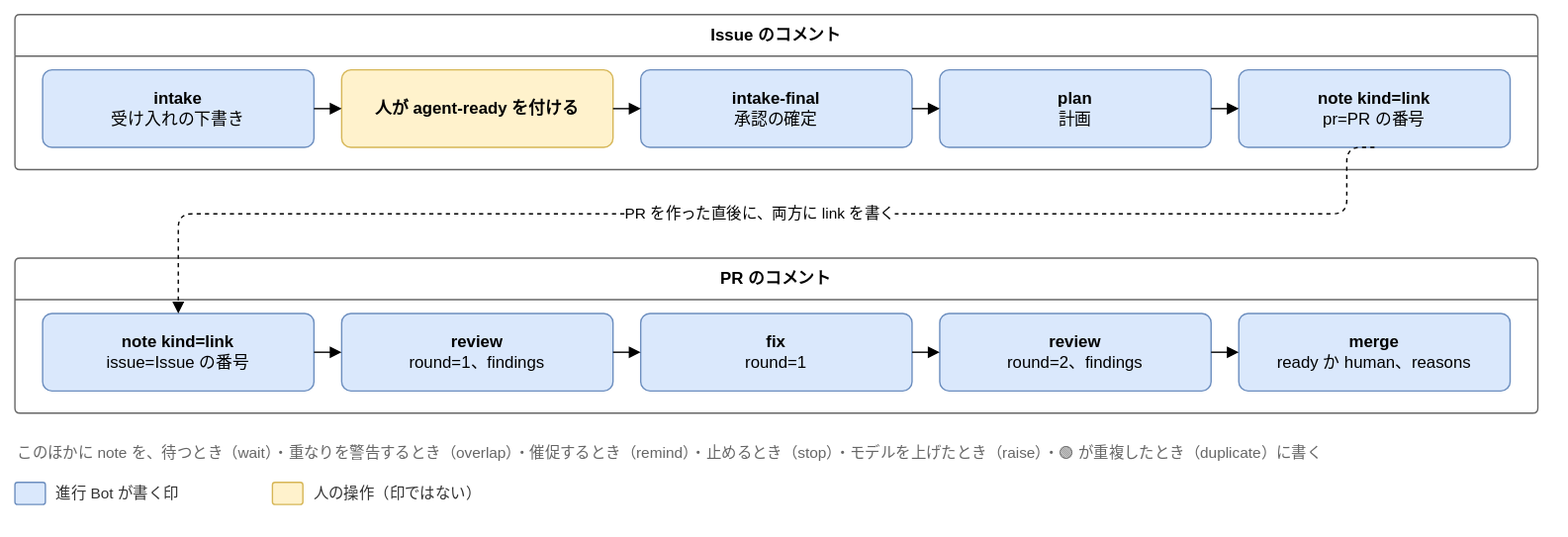
Before: docs/design/basic/diagrams/02-markers.drawio.svg, a diagram exported from draw.io (Joymerrevent/dev-autopilot). Source tidied: cells renumbered, new cells last; positions are measured from the earlier drawing's top-left corner, leaving out a move shared by most shapes. Source of this version:
```xml
<mxGraphModel background="#ffffff">
  <root>
    <mxCell id="0" />
    <mxCell id="1" parent="0" />
    <mxCell id="2" value="Issue のコメント" style="swimlane;startSize=30;html=1;whiteSpace=wrap;rounded=1;arcSize=4;fontStyle=1;fontSize=12;strokeColor=#666666;fillColor=none;swimlaneFillColor=none;" parent="1" vertex="1">
      <mxGeometry width="1100" height="112" as="geometry" />
    </mxCell>
    <mxCell id="3" value="&lt;b&gt;intake&lt;/b&gt;&lt;br&gt;受け入れの下書き" style="rounded=1;whiteSpace=wrap;html=1;fontSize=12;arcSize=12;spacing=12;fillColor=#dae8fc;strokeColor=#6c8ebf;" parent="2" vertex="1">
      <mxGeometry x="20" y="40" width="196" height="56" as="geometry" />
    </mxCell>
    <mxCell id="4" value="&lt;b&gt;人が agent-ready を付ける&lt;/b&gt;" style="rounded=1;whiteSpace=wrap;html=1;fontSize=12;arcSize=12;spacing=12;fillColor=#fff2cc;strokeColor=#d6b656;" parent="2" vertex="1">
      <mxGeometry x="236" y="40" width="196" height="56" as="geometry" />
    </mxCell>
    <mxCell id="5" value="&lt;b&gt;intake-final&lt;/b&gt;&lt;br&gt;承認の確定" style="rounded=1;whiteSpace=wrap;html=1;fontSize=12;arcSize=12;spacing=12;fillColor=#dae8fc;strokeColor=#6c8ebf;" parent="2" vertex="1">
      <mxGeometry x="452" y="40" width="196" height="56" as="geometry" />
    </mxCell>
    <mxCell id="6" value="&lt;b&gt;plan&lt;/b&gt;&lt;br&gt;計画" style="rounded=1;whiteSpace=wrap;html=1;fontSize=12;arcSize=12;spacing=12;fillColor=#dae8fc;strokeColor=#6c8ebf;" parent="2" vertex="1">
      <mxGeometry x="668" y="40" width="196" height="56" as="geometry" />
    </mxCell>
    <mxCell id="7" value="&lt;b&gt;note kind=link&lt;/b&gt;&lt;br&gt;pr=PR の番号" style="rounded=1;whiteSpace=wrap;html=1;fontSize=12;arcSize=12;spacing=12;fillColor=#dae8fc;strokeColor=#6c8ebf;" parent="2" vertex="1">
      <mxGeometry x="884" y="40" width="196" height="56" as="geometry" />
    </mxCell>
    <mxCell id="8" value="PR のコメント" style="swimlane;startSize=30;html=1;whiteSpace=wrap;rounded=1;arcSize=4;fontStyle=1;fontSize=12;strokeColor=#666666;fillColor=none;swimlaneFillColor=none;" parent="1" vertex="1">
      <mxGeometry y="176" width="1100" height="112" as="geometry" />
    </mxCell>
    <mxCell id="9" value="&lt;b&gt;note kind=link&lt;/b&gt;&lt;br&gt;issue=Issue の番号" style="rounded=1;whiteSpace=wrap;html=1;fontSize=12;arcSize=12;spacing=12;fillColor=#dae8fc;strokeColor=#6c8ebf;" parent="8" vertex="1">
      <mxGeometry x="20" y="40" width="196" height="56" as="geometry" />
    </mxCell>
    <mxCell id="10" value="&lt;b&gt;review&lt;/b&gt;&lt;br&gt;round=1、findings" style="rounded=1;whiteSpace=wrap;html=1;fontSize=12;arcSize=12;spacing=12;fillColor=#dae8fc;strokeColor=#6c8ebf;" parent="8" vertex="1">
      <mxGeometry x="236" y="40" width="196" height="56" as="geometry" />
    </mxCell>
    <mxCell id="11" value="&lt;b&gt;fix&lt;/b&gt;&lt;br&gt;round=1" style="rounded=1;whiteSpace=wrap;html=1;fontSize=12;arcSize=12;spacing=12;fillColor=#dae8fc;strokeColor=#6c8ebf;" parent="8" vertex="1">
      <mxGeometry x="452" y="40" width="196" height="56" as="geometry" />
    </mxCell>
    <mxCell id="12" value="&lt;b&gt;review&lt;/b&gt;&lt;br&gt;round=2、findings" style="rounded=1;whiteSpace=wrap;html=1;fontSize=12;arcSize=12;spacing=12;fillColor=#dae8fc;strokeColor=#6c8ebf;" parent="8" vertex="1">
      <mxGeometry x="668" y="40" width="196" height="56" as="geometry" />
    </mxCell>
    <mxCell id="13" value="&lt;b&gt;merge&lt;/b&gt;&lt;br&gt;ready か human、reasons" style="rounded=1;whiteSpace=wrap;html=1;fontSize=12;arcSize=12;spacing=12;fillColor=#dae8fc;strokeColor=#6c8ebf;" parent="8" vertex="1">
      <mxGeometry x="884" y="40" width="196" height="56" as="geometry" />
    </mxCell>
    <mxCell id="14" style="edgeStyle=orthogonalEdgeStyle;rounded=1;html=1;endArrow=block;endFill=1;fontSize=11;labelBackgroundColor=#ffffff;exitX=1;exitY=0.5;exitDx=0;exitDy=0;entryX=0;entryY=0.5;entryDx=0;entryDy=0;" parent="1" edge="1" source="3" target="4">
      <mxGeometry relative="1" as="geometry" />
    </mxCell>
    <mxCell id="15" style="edgeStyle=orthogonalEdgeStyle;rounded=1;html=1;endArrow=block;endFill=1;fontSize=11;labelBackgroundColor=#ffffff;exitX=1;exitY=0.5;exitDx=0;exitDy=0;entryX=0;entryY=0.5;entryDx=0;entryDy=0;" parent="1" edge="1" source="4" target="5">
      <mxGeometry relative="1" as="geometry" />
    </mxCell>
    <mxCell id="16" style="edgeStyle=orthogonalEdgeStyle;rounded=1;html=1;endArrow=block;endFill=1;fontSize=11;labelBackgroundColor=#ffffff;exitX=1;exitY=0.5;exitDx=0;exitDy=0;entryX=0;entryY=0.5;entryDx=0;entryDy=0;" parent="1" edge="1" source="5" target="6">
      <mxGeometry relative="1" as="geometry" />
    </mxCell>
    <mxCell id="17" style="edgeStyle=orthogonalEdgeStyle;rounded=1;html=1;endArrow=block;endFill=1;fontSize=11;labelBackgroundColor=#ffffff;exitX=1;exitY=0.5;exitDx=0;exitDy=0;entryX=0;entryY=0.5;entryDx=0;entryDy=0;" parent="1" edge="1" source="6" target="7">
      <mxGeometry relative="1" as="geometry" />
    </mxCell>
    <mxCell id="18" style="edgeStyle=orthogonalEdgeStyle;rounded=1;html=1;endArrow=block;endFill=1;fontSize=11;labelBackgroundColor=#ffffff;exitX=1;exitY=0.5;exitDx=0;exitDy=0;entryX=0;entryY=0.5;entryDx=0;entryDy=0;" parent="1" edge="1" source="9" target="10">
      <mxGeometry relative="1" as="geometry" />
    </mxCell>
    <mxCell id="19" style="edgeStyle=orthogonalEdgeStyle;rounded=1;html=1;endArrow=block;endFill=1;fontSize=11;labelBackgroundColor=#ffffff;exitX=1;exitY=0.5;exitDx=0;exitDy=0;entryX=0;entryY=0.5;entryDx=0;entryDy=0;" parent="1" edge="1" source="10" target="11">
      <mxGeometry relative="1" as="geometry" />
    </mxCell>
    <mxCell id="20" style="edgeStyle=orthogonalEdgeStyle;rounded=1;html=1;endArrow=block;endFill=1;fontSize=11;labelBackgroundColor=#ffffff;exitX=1;exitY=0.5;exitDx=0;exitDy=0;entryX=0;entryY=0.5;entryDx=0;entryDy=0;" parent="1" edge="1" source="11" target="12">
      <mxGeometry relative="1" as="geometry" />
    </mxCell>
    <mxCell id="21" style="edgeStyle=orthogonalEdgeStyle;rounded=1;html=1;endArrow=block;endFill=1;fontSize=11;labelBackgroundColor=#ffffff;exitX=1;exitY=0.5;exitDx=0;exitDy=0;entryX=0;entryY=0.5;entryDx=0;entryDy=0;" parent="1" edge="1" source="12" target="13">
      <mxGeometry relative="1" as="geometry" />
    </mxCell>
    <mxCell id="22" value="PR を作った直後に、両方に link を書く" style="edgeStyle=orthogonalEdgeStyle;rounded=1;html=1;endArrow=block;endFill=1;fontSize=11;labelBackgroundColor=#ffffff;dashed=1;exitX=0.5;exitY=1;exitDx=0;exitDy=0;entryX=0.5;entryY=0;entryDx=0;entryDy=0;" parent="1" edge="1" source="7" target="9">
      <mxGeometry relative="1" as="geometry">
        <Array as="points">
          <mxPoint x="962" y="144" />
          <mxPoint x="118" y="144" />
        </Array>
      </mxGeometry>
    </mxCell>
    <mxCell id="23" value="このほかに note を、待つとき（wait）・重なりを警告するとき（overlap）・催促するとき（remind）・止めるとき（stop）・モデルを上げたとき（raise）・🟢 が重複したとき（duplicate）に書く" style="text;html=1;whiteSpace=wrap;align=left;verticalAlign=top;fontSize=11;fontColor=#666666;" parent="1" vertex="1">
      <mxGeometry y="304" width="1100" height="20" as="geometry" />
    </mxCell>
    <mxCell id="24" style="rounded=1;whiteSpace=wrap;html=1;fontSize=12;arcSize=12;spacing=12;fillColor=#dae8fc;strokeColor=#6c8ebf;" parent="1" vertex="1">
      <mxGeometry y="338" width="22" height="16" as="geometry" />
    </mxCell>
    <mxCell id="25" value="進行 Bot が書く印" style="text;html=1;align=left;verticalAlign=middle;fontSize=11;fontColor=#333333;" parent="1" vertex="1">
      <mxGeometry x="28" y="336" width="142" height="20" as="geometry" />
    </mxCell>
    <mxCell id="26" style="rounded=1;whiteSpace=wrap;html=1;fontSize=12;arcSize=12;spacing=12;fillColor=#fff2cc;strokeColor=#d6b656;" parent="1" vertex="1">
      <mxGeometry x="186" y="338" width="22" height="16" as="geometry" />
    </mxCell>
    <mxCell id="27" value="人の操作（印ではない）" style="text;html=1;align=left;verticalAlign=middle;fontSize=11;fontColor=#333333;" parent="1" vertex="1">
      <mxGeometry x="214" y="336" width="142" height="20" as="geometry" />
    </mxCell>
  </root>
</mxGraphModel>
```
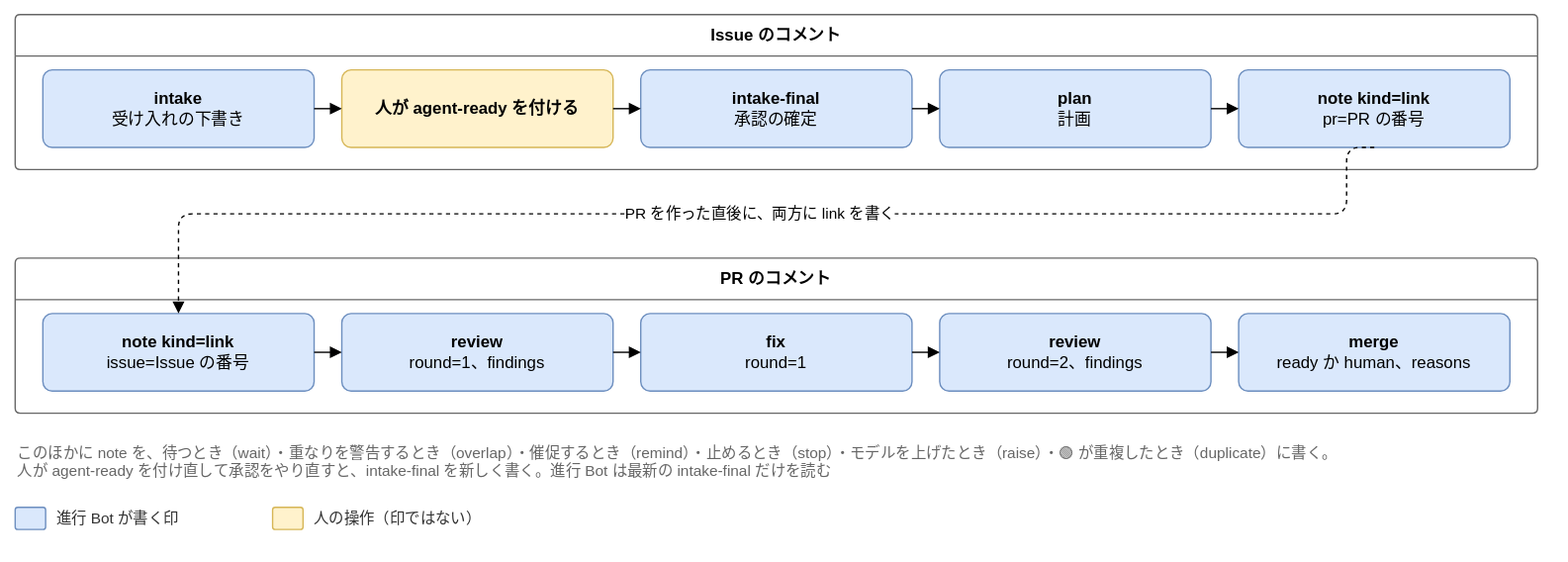
The same diagram one commit later.

Commit message:
docs: 承認を agent-ready の付け直しでやり直す形を、基本設計に反映する

What changed in the source:
```diff
@@ -3,7 +3,7 @@
     <mxCell id="0" />
     <mxCell id="1" parent="0" />
     <mxCell id="2" value="Issue のコメント" style="swimlane;startSize=30;html=1;whiteSpace=wrap;rounded=1;arcSize=4;fontStyle=1;fontSize=12;strokeColor=#666666;fillColor=none;swimlaneFillColor=none;" parent="1" vertex="1">
-      <mxGeometry width="1100" height="112" as="geometry" />
+      <mxGeometry y="-18" width="1100" height="112" as="geometry" />
     </mxCell>
     <mxCell id="3" value="&lt;b&gt;intake&lt;/b&gt;&lt;br&gt;受け入れの下書き" style="rounded=1;whiteSpace=wrap;html=1;fontSize=12;arcSize=12;spacing=12;fillColor=#dae8fc;strokeColor=#6c8ebf;" parent="2" vertex="1">
       <mxGeometry x="20" y="40" width="196" height="56" as="geometry" />
@@ -21,7 +21,7 @@
       <mxGeometry x="884" y="40" width="196" height="56" as="geometry" />
     </mxCell>
     <mxCell id="8" value="PR のコメント" style="swimlane;startSize=30;html=1;whiteSpace=wrap;rounded=1;arcSize=4;fontStyle=1;fontSize=12;strokeColor=#666666;fillColor=none;swimlaneFillColor=none;" parent="1" vertex="1">
-      <mxGeometry y="176" width="1100" height="112" as="geometry" />
+      <mxGeometry y="158" width="1100" height="112" as="geometry" />
     </mxCell>
     <mxCell id="9" value="&lt;b&gt;note kind=link&lt;/b&gt;&lt;br&gt;issue=Issue の番号" style="rounded=1;whiteSpace=wrap;html=1;fontSize=12;arcSize=12;spacing=12;fillColor=#dae8fc;strokeColor=#6c8ebf;" parent="8" vertex="1">
       <mxGeometry x="20" y="40" width="196" height="56" as="geometry" />
@@ -65,13 +65,13 @@
     <mxCell id="22" value="PR を作った直後に、両方に link を書く" style="edgeStyle=orthogonalEdgeStyle;rounded=1;html=1;endArrow=block;endFill=1;fontSize=11;labelBackgroundColor=#ffffff;dashed=1;exitX=0.5;exitY=1;exitDx=0;exitDy=0;entryX=0.5;entryY=0;entryDx=0;entryDy=0;" parent="1" edge="1" source="7" target="9">
       <mxGeometry relative="1" as="geometry">
         <Array as="points">
-          <mxPoint x="962" y="144" />
-          <mxPoint x="118" y="144" />
+          <mxPoint x="962" y="126" />
+          <mxPoint x="118" y="126" />
         </Array>
       </mxGeometry>
     </mxCell>
-    <mxCell id="23" value="このほかに note を、待つとき（wait）・重なりを警告するとき（overlap）・催促するとき（remind）・止めるとき（stop）・モデルを上げたとき（raise）・🟢 が重複したとき（duplicate）に書く" style="text;html=1;whiteSpace=wrap;align=left;verticalAlign=top;fontSize=11;fontColor=#666666;" parent="1" vertex="1">
-      <mxGeometry y="304" width="1100" height="20" as="geometry" />
+    <mxCell id="23" value="このほかに note を、待つとき（wait）・重なりを警告するとき（overlap）・催促するとき（remind）・止めるとき（stop）・モデルを上げたとき（raise）・🟢 が重複したとき（duplicate）に書く。&lt;br&gt;人が agent-ready を付け直して承認をやり直すと、intake-final を新しく書く。進行 Bot は最新の intake-final だけを読む" style="text;html=1;whiteSpace=wrap;align=left;verticalAlign=top;fontSize=11;fontColor=#666666;" parent="1" vertex="1">
+      <mxGeometry y="286" width="1100" height="38" as="geometry" />
     </mxCell>
     <mxCell id="24" style="rounded=1;whiteSpace=wrap;html=1;fontSize=12;arcSize=12;spacing=12;fillColor=#dae8fc;strokeColor=#6c8ebf;" parent="1" vertex="1">
       <mxGeometry y="338" width="22" height="16" as="geometry" />
```
